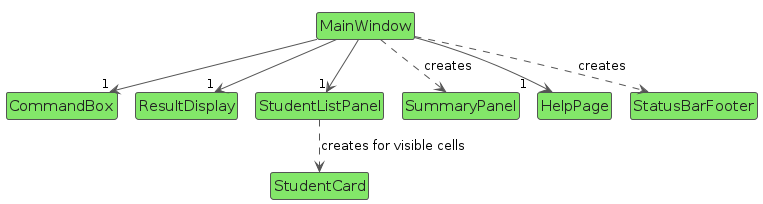
AY2627S1-CS2103T-T16-1/tp keeps this PlantUML diagram as diagrams/UiClassDiagram.png. Above is the earlier version. Its source is kept beside it as diagrams/UiClassDiagram.puml.
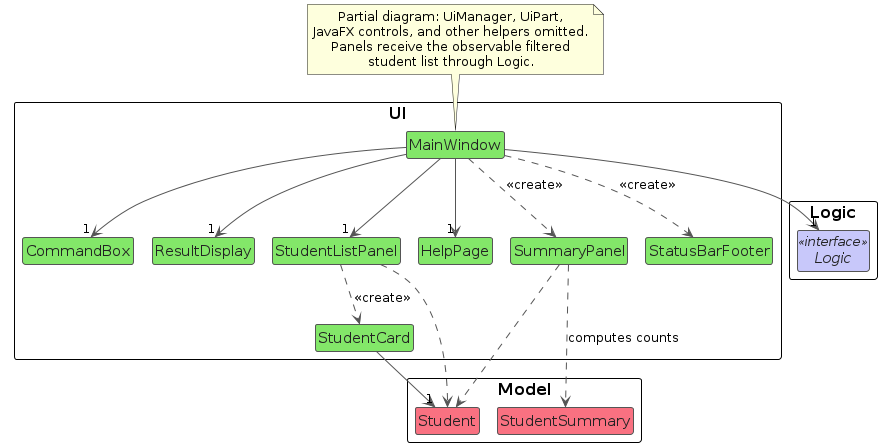
Above is the later version.

Diff of the diagram source:
```diff
@@ -3,31 +3,56 @@
 !pragma layout smetana
 skinparam classBackgroundColor UI_COLOR_T1
 skinparam classFontColor #222222
+skinparam classStereotypeFontColor #222222
 skinparam classBorderColor #555555
 skinparam arrowColor #555555
 skinparam ArrowFontStyle plain
 skinparam nodesep 25
 skinparam ranksep 35
 
-class MainWindow
-class CommandBox
-class ResultDisplay
-class StudentListPanel
-class StudentCard
-class SummaryPanel
-class HelpPage
-class StatusBarFooter
+package UI {
+    class MainWindow
+    class CommandBox
+    class ResultDisplay
+    class StudentListPanel
+    class StudentCard
+    class SummaryPanel
+    class HelpPage
+    class StatusBarFooter
 
-MainWindow --> "1" CommandBox
-MainWindow --> "1" ResultDisplay
-MainWindow --> "1" StudentListPanel
-MainWindow ..> SummaryPanel : creates
-MainWindow --> "1      " HelpPage
-MainWindow ..> StatusBarFooter : creates
-StudentListPanel ..> StudentCard : creates for visible cells
+    MainWindow --> "1" CommandBox
+    MainWindow --> "1" ResultDisplay
+    MainWindow --> "1" StudentListPanel
+    MainWindow ..> SummaryPanel : <<create>>
+    MainWindow --> "1" HelpPage
+    MainWindow ..> StatusBarFooter : <<create>>
+    StudentListPanel ..> StudentCard : <<create>>
 
-CommandBox -[hidden]right-> ResultDisplay
-ResultDisplay -[hidden]right-> StudentListPanel
-SummaryPanel -[hidden]right-> HelpPage
-HelpPage -[hidden]right-> StatusBarFooter
+    CommandBox -[hidden]right-> ResultDisplay
+    ResultDisplay -[hidden]right-> StudentListPanel
+    HelpPage -[hidden]right-> SummaryPanel
+    SummaryPanel -[hidden]right-> StatusBarFooter
+}
+
+package "Logic" as LogicComponent {
+    interface "Logic" as LogicApi <<interface>> LOGIC_COLOR_T1
+}
+
+package Model {
+    class Student MODEL_COLOR_T1
+    class StudentSummary MODEL_COLOR_T1
+}
+
+MainWindow --> "1" LogicApi
+StudentCard --> "1" Student
+StudentListPanel ..> Student
+SummaryPanel ..> Student
+SummaryPanel ..> StudentSummary : computes counts
+
+note top of MainWindow
+  Partial diagram: UiManager, UiPart,
+  JavaFX controls, and other helpers omitted.
+  Panels receive the observable filtered
+  student list through Logic.
+end note
 @enduml
```
